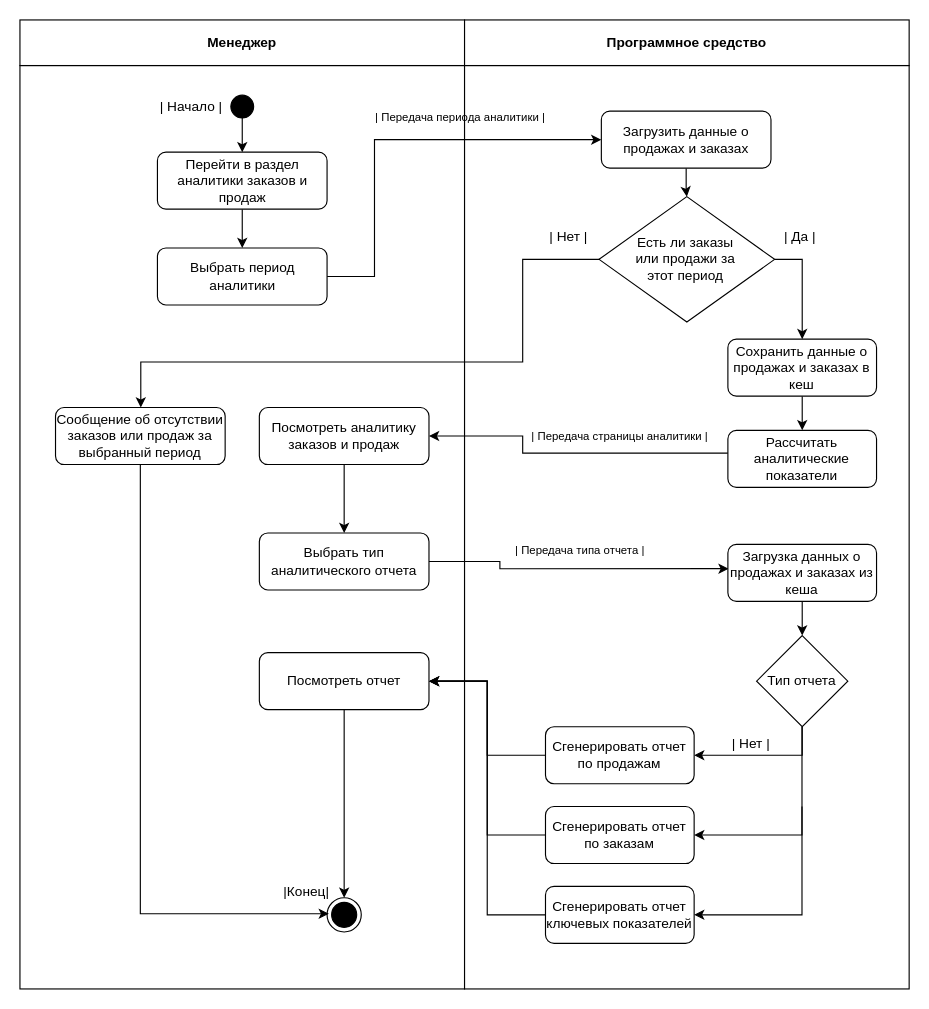
Above: Documentation/Code/Diagrams/Деятельности/Диаграмма деятельности.drawio in FranGranDev/RSAS (draw.io), before the change. Source tidied: cells renumbered, new cells numbered last; positions are measured from the earlier drawing's top-left corner, leaving out a move shared by most shapes. Both pictures are drawn from the tidied source at 114%, with x=0, y=0 at pixel (19, 19).
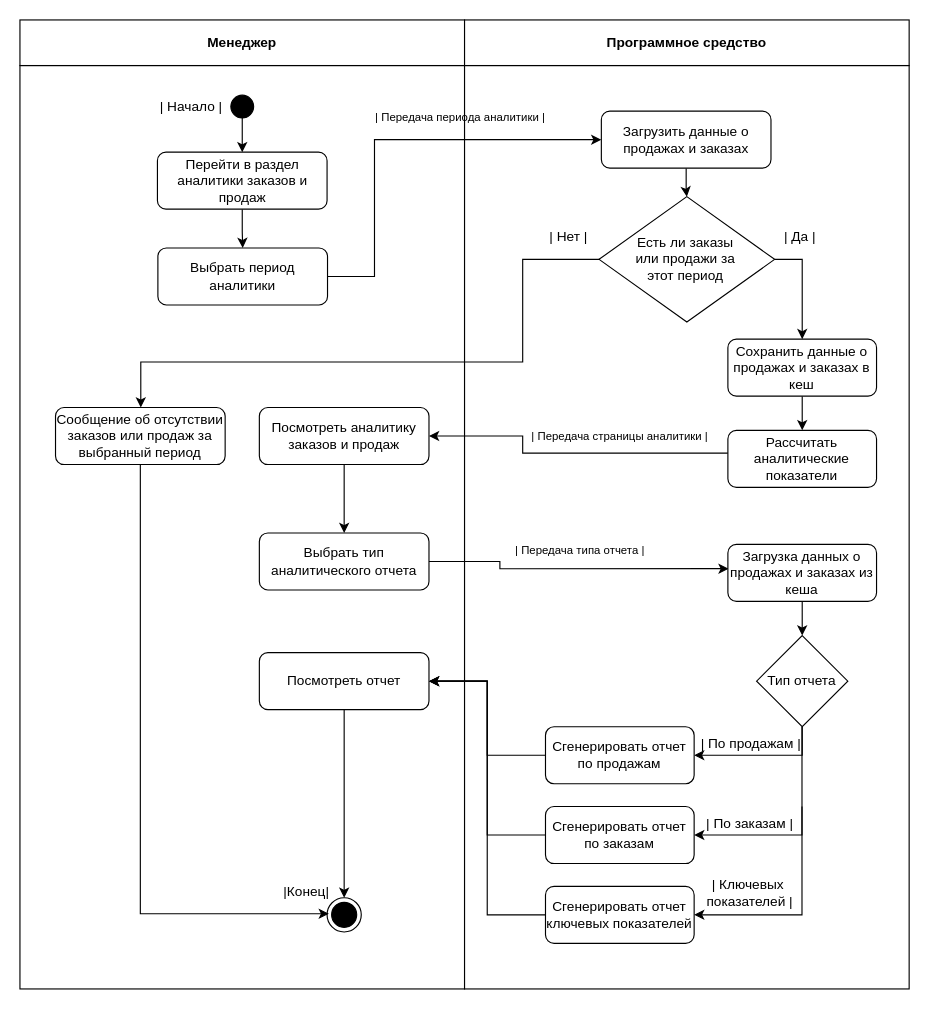
Above is the later version.

Diff of the diagram source:
```diff
@@
     <mxCell id="12" value="Выбрать период аналитики" style="rounded=1;whiteSpace=wrap;html=1;" parent="1" vertex="1">
-      <mxGeometry x="120.6" y="200" width="148.8" height="50" as="geometry" />
+      <mxGeometry x="121" y="200" width="148.8" height="50" as="geometry" />
     </mxCell>
@@
-    <mxCell id="48" value="| Нет |" style="text;html=1;align=center;verticalAlign=middle;strokeColor=none;fillColor=none;" parent="1" vertex="1">
-      <mxGeometry x="611" y="620" width="60" height="30" as="geometry" />
+    <mxCell id="48" value="| По продажам |" style="text;html=1;align=center;verticalAlign=middle;strokeColor=none;fillColor=none;" parent="1" vertex="1">
+      <mxGeometry x="586" y="620" width="110" height="30" as="geometry" />
     </mxCell>
@@
+    <mxCell id="51" value="| По заказам |" style="text;html=1;align=center;verticalAlign=middle;strokeColor=none;fillColor=none;" parent="1" vertex="1">
+      <mxGeometry x="590" y="690" width="100" height="30" as="geometry" />
+    </mxCell>
+    <mxCell id="52" value="| Ключевых&amp;nbsp;&lt;div&gt;показателей |&lt;/div&gt;" style="text;html=1;align=center;verticalAlign=middle;strokeColor=none;fillColor=none;" parent="1" vertex="1">
+      <mxGeometry x="590" y="746" width="100" height="40" as="geometry" />
+    </mxCell>
```
